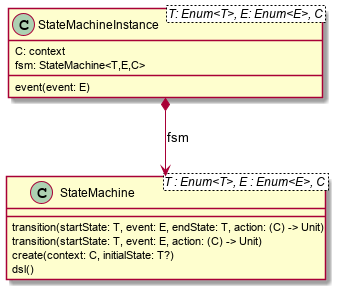
Earlier version of the PlantUML export statemachine_model.png (open-jumpco/kfsm).
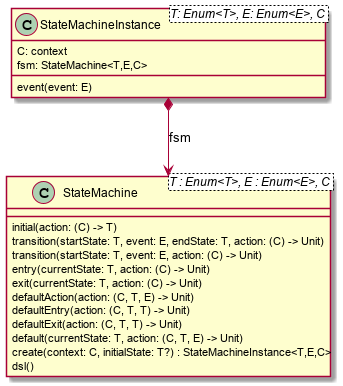
The same file after the commit.

Commit message:
updated StateMachine model

Change to the diagram source:
```diff
@@ -2,9 +2,16 @@
 
 
 class StateMachine<T : Enum<T>, E : Enum<E>, C> {
+    initial(action: (C) -> T)
     transition(startState: T, event: E, endState: T, action: (C) -> Unit)
     transition(startState: T, event: E, action: (C) -> Unit)
-    create(context: C, initialState: T?)
+    entry(currentState: T, action: (C) -> Unit)
+    exit(currentState: T, action: (C) -> Unit)
+    defaultAction(action: (C, T, E) -> Unit)
+    defaultEntry(action: (C, T, T) -> Unit)
+    defaultExit(action: (C, T, T) -> Unit)
+    default(currentState: T, action: (C, T, E) -> Unit)
+    create(context: C, initialState: T?) : StateMachineInstance<T,E,C>
     dsl()
 }
 
```
